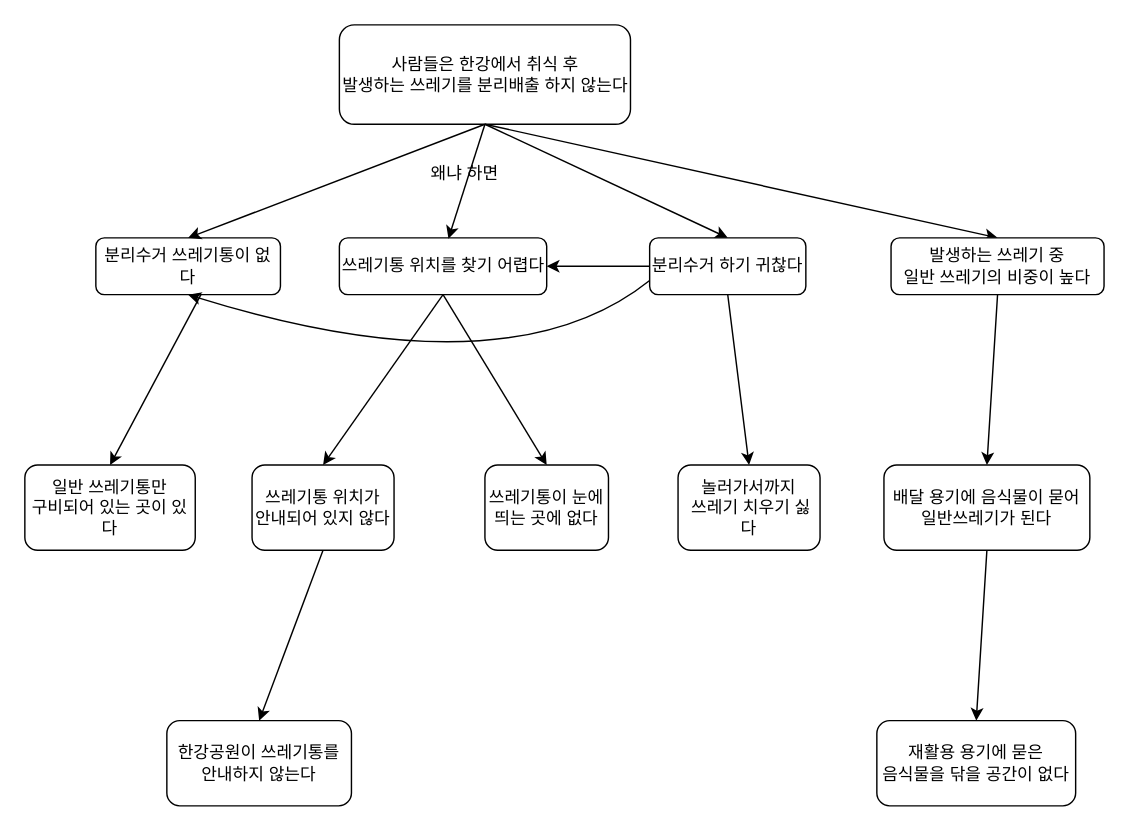
shoeone96/QualitativeResearch keeps this draw.io diagram as page "원인연쇄분석" (1 of 4) of Untitled Diagram.drawio. Above is the earlier version. Source tidied: cells renumbered, new cells numbered last; positions are measured from the earlier drawing's top-left corner, leaving out a move shared by most shapes. Both pictures are drawn from the tidied source at 142%, with x=0, y=0 at pixel (24, 24).
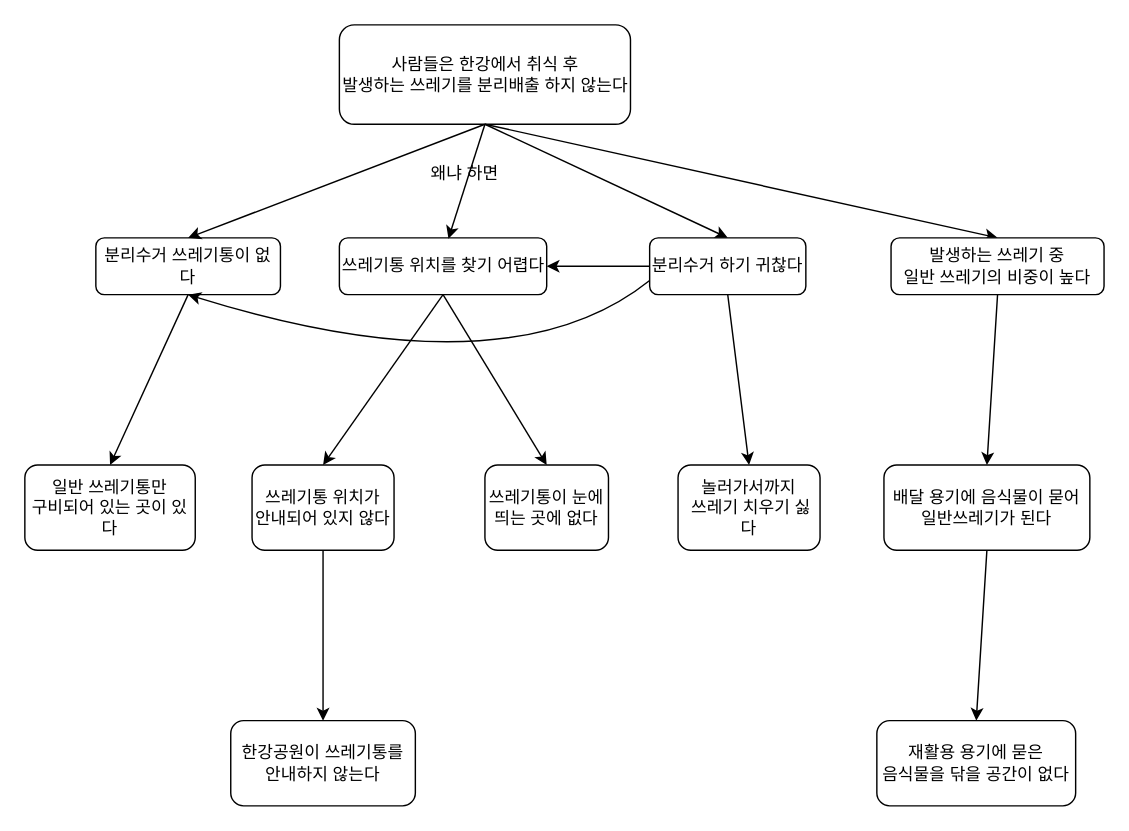
Above is the later version.

Unchanged cells that the change refers to:
```xml
<mxCell id="3" value="분리수거 쓰레기통이 없다" style="rounded=1;whiteSpace=wrap;html=1;fontSize=12;glass=0;strokeWidth=1;shadow=0;" parent="1" vertex="1">
  <mxGeometry x="50" y="150" width="130" height="40" as="geometry" />
</mxCell>
```

Change to the diagram source:
```diff
@@
-    <mxCell id="17" style="endArrow=classic;html=1;rounded=0;" parent="1" edge="1">
+    <mxCell id="17" style="endArrow=classic;html=1;rounded=0;exitX=0.5;exitY=1;exitDx=0;exitDy=0;" parent="1" edge="1" source="3">
       <mxGeometry relative="1" as="geometry">
-        <mxPoint x="124" y="190" as="sourcePoint" />
         <mxPoint x="60" y="310" as="targetPoint" />
       </mxGeometry>
     </mxCell>
@@
     <mxCell id="25" value="한강공원이 쓰레기통를 &lt;br&gt;안내하지 않는다" style="rounded=1;whiteSpace=wrap;html=1;" parent="1" vertex="1">
-      <mxGeometry x="100" y="490" width="130" height="60" as="geometry" />
+      <mxGeometry x="145" y="490" width="130" height="60" as="geometry" />
     </mxCell>
```
